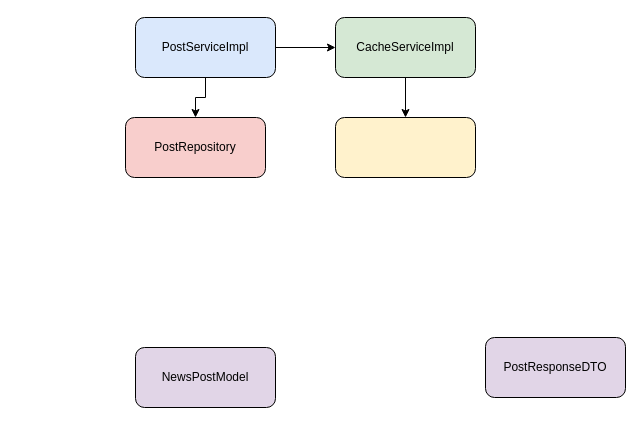
The draw.io diagram drawio/readme.drawio in WildandArt/HackerNewsAPI, before the edit. Source tidied: cells renumbered, new cells numbered last; positions are measured from the earlier drawing's top-left corner, leaving out a move shared by most shapes. Both pictures are drawn from the tidied source at 100%, with x=0, y=0 at pixel (125, 17).
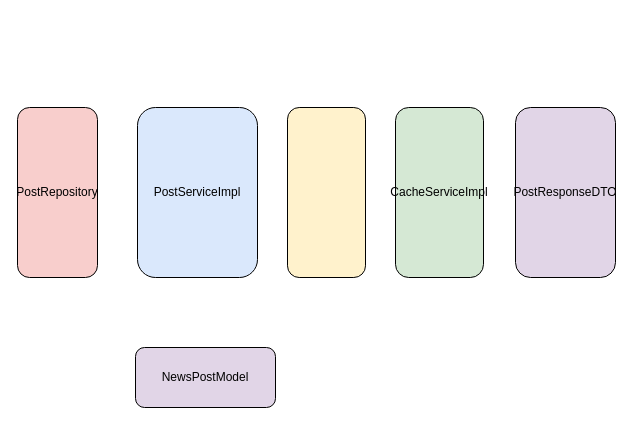
After the change.

Diff of the diagram source:
```diff
@@
 <mxGraphModel>
   <root>
     <mxCell id="0" />
     <mxCell id="1" parent="0" />
     <mxCell id="2" value="PostServiceImpl" style="rounded=1;whiteSpace=wrap;html=1;fillColor=#dae8fc;" parent="1" vertex="1">
-      <mxGeometry x="10" width="140" height="60" as="geometry" />
+      <mxGeometry x="12" y="90" width="120" height="170" as="geometry" />
     </mxCell>
     <mxCell id="3" value="CacheServiceImpl" style="rounded=1;whiteSpace=wrap;html=1;fillColor=#d5e8d4;" parent="1" vertex="1">
-      <mxGeometry x="210" width="140" height="60" as="geometry" />
+      <mxGeometry x="270" y="90" width="88" height="170" as="geometry" />
     </mxCell>
     <mxCell id="4" style="rounded=1;whiteSpace=wrap;html=1;fillColor=#fff2cc;" parent="1" vertex="1">
-      <mxGeometry x="210" y="100" width="140" height="60" as="geometry" />
+      <mxGeometry x="162" y="90" width="78" height="170" as="geometry" />
     </mxCell>
     <mxCell id="5" value="PostRepository" style="rounded=1;whiteSpace=wrap;html=1;fillColor=#f8cecc;" parent="1" vertex="1">
-      <mxGeometry y="100" width="140" height="60" as="geometry" />
+      <mxGeometry x="-108" y="90" width="80" height="170" as="geometry" />
     </mxCell>
     <mxCell id="6" value="NewsPostModel" style="rounded=1;whiteSpace=wrap;html=1;fillColor=#e1d5e7;" parent="1" vertex="1">
       <mxGeometry x="10" y="330" width="140" height="60" as="geometry" />
     </mxCell>
     <mxCell id="7" value="PostResponseDTO" style="rounded=1;whiteSpace=wrap;html=1;fillColor=#e1d5e7;" parent="1" vertex="1">
-      <mxGeometry x="360" y="320" width="140" height="60" as="geometry" />
+      <mxGeometry x="390" y="90" width="100" height="170" as="geometry" />
     </mxCell>
-    <mxCell id="8" style="edgeStyle=orthogonalEdgeStyle;rounded=0;jettySize=auto;html=1;" parent="1" edge="1" source="2" target="3">
-      <mxGeometry relative="1" as="geometry" />
-    </mxCell>
-    <mxCell id="9" style="edgeStyle=orthogonalEdgeStyle;rounded=0;jettySize=auto;html=1;" parent="1" edge="1" source="2" target="5">
-      <mxGeometry relative="1" as="geometry" />
-    </mxCell>
-    <mxCell id="10" style="edgeStyle=orthogonalEdgeStyle;rounded=0;jettySize=auto;html=1;" parent="1" edge="1" source="3" target="4">
-      <mxGeometry relative="1" as="geometry" />
-    </mxCell>
   </root>
 </mxGraphModel>
```
